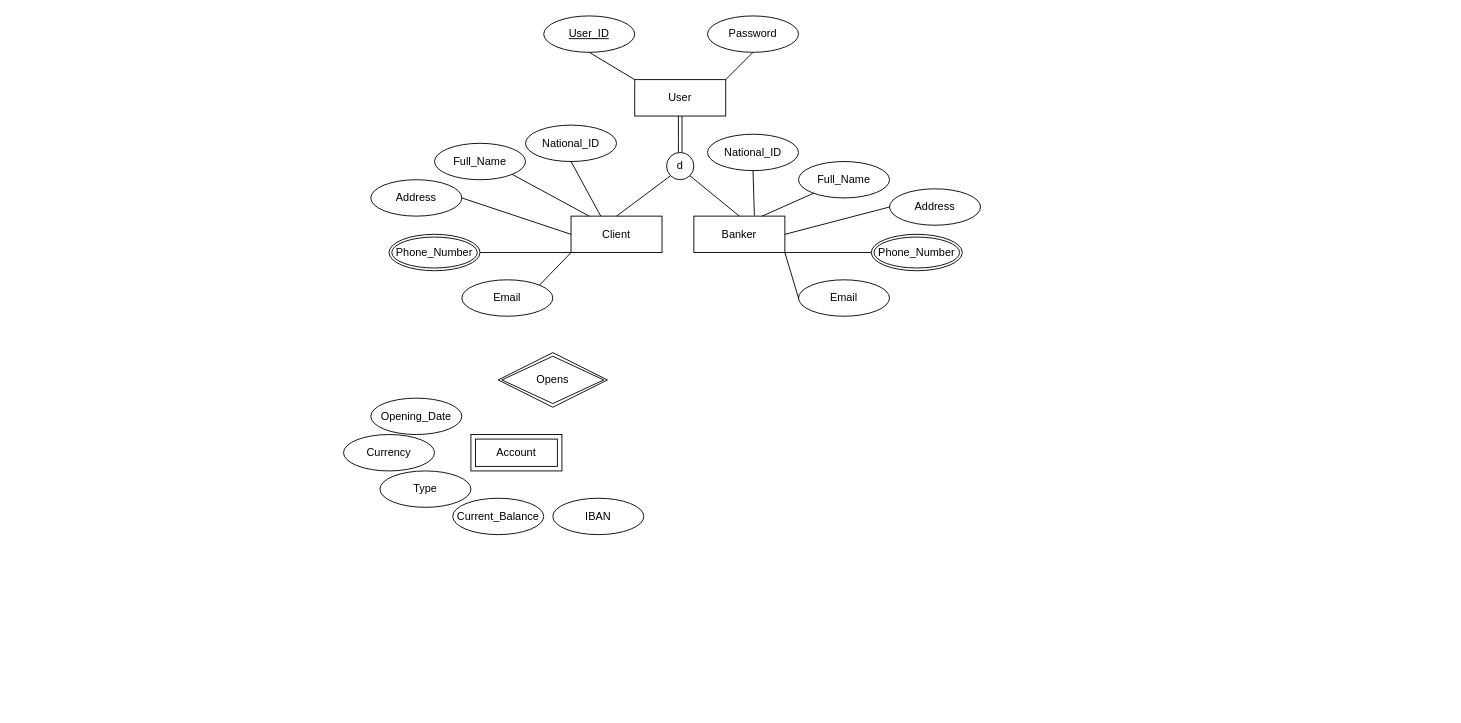
This is Untitled Diagram.drawio from software-engineering-2023/Holms, a draw.io file, before an edit. Source tidied: cells renumbered, new cells numbered last; positions are measured from the earlier drawing's top-left corner, leaving out a move shared by most shapes. Both pictures are drawn from the tidied source at 91%, with x=0, y=0 at pixel (343, 15).
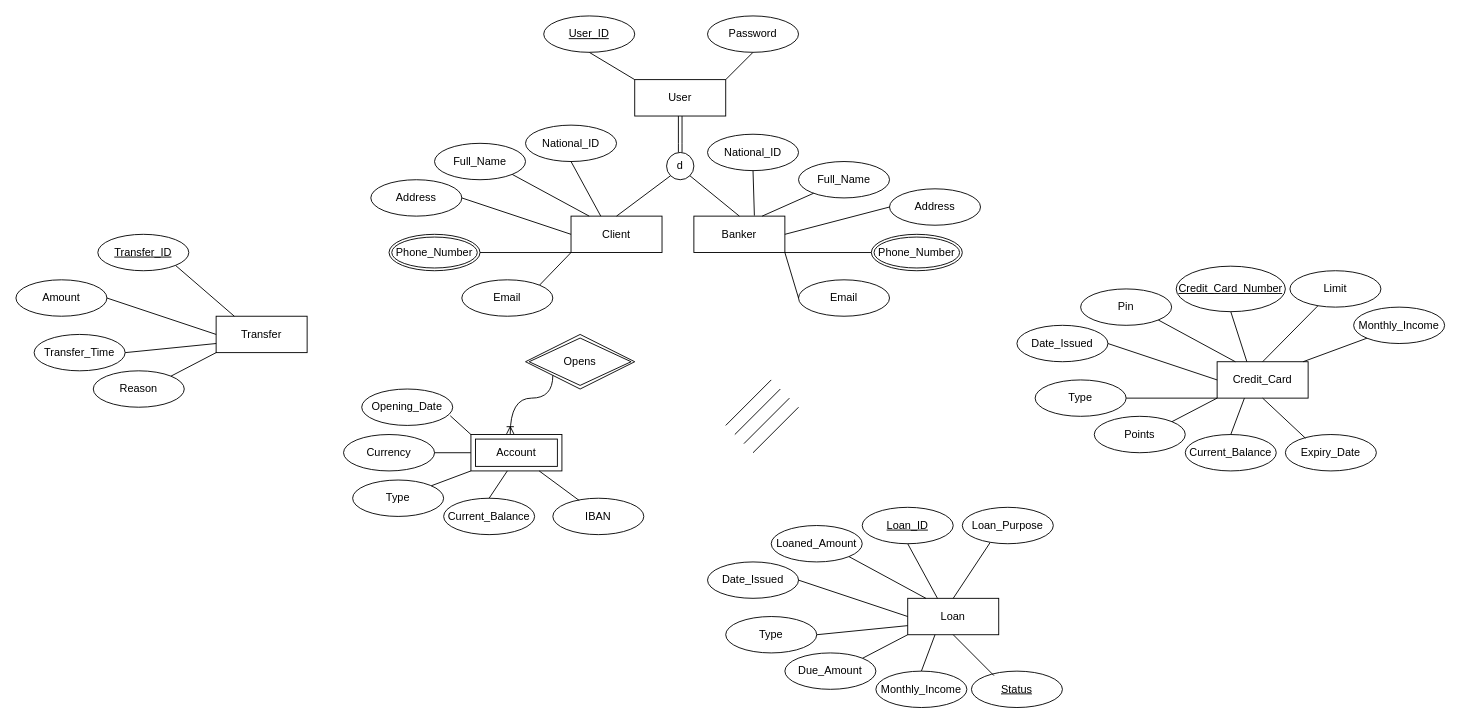
The same diagram, later.

Commit message:
kamelo ento ba2a

Unchanged cells that the change refers to:
```xml
<mxCell id="19" value="Account" style="shape=ext;margin=3;double=1;whiteSpace=wrap;html=1;align=center;" parent="1" vertex="1">
  <mxGeometry x="140" y="460" width="100" height="40" as="geometry" />
</mxCell>
<mxCell id="23" value="Currency" style="ellipse;whiteSpace=wrap;html=1;align=center;" parent="1" vertex="1">
  <mxGeometry y="460" width="100" height="40" as="geometry" />
</mxCell>
<mxCell id="24" value="IBAN" style="ellipse;whiteSpace=wrap;html=1;align=center;" parent="1" vertex="1">
  <mxGeometry x="230" y="530" width="100" height="40" as="geometry" />
</mxCell>
```

Change to the diagram source:
```diff
@@
     <mxCell id="5" value="Opens" style="shape=rhombus;double=1;perimeter=rhombusPerimeter;whiteSpace=wrap;html=1;align=center;" parent="1" vertex="1">
-      <mxGeometry x="170" y="370" width="120" height="60" as="geometry" />
+      <mxGeometry x="200" y="350" width="120" height="60" as="geometry" />
     </mxCell>
@@
     <mxCell id="20" value="Current_Balance" style="ellipse;whiteSpace=wrap;html=1;align=center;" parent="1" vertex="1">
-      <mxGeometry x="120" y="530" width="100" height="40" as="geometry" />
+      <mxGeometry x="110" y="530" width="100" height="40" as="geometry" />
     </mxCell>
     <mxCell id="21" value="Type" style="ellipse;whiteSpace=wrap;html=1;align=center;" parent="1" vertex="1">
-      <mxGeometry x="40" y="500" width="100" height="40" as="geometry" />
+      <mxGeometry x="10" y="510" width="100" height="40" as="geometry" />
     </mxCell>
     <mxCell id="22" value="Opening_Date" style="ellipse;whiteSpace=wrap;html=1;align=center;" parent="1" vertex="1">
-      <mxGeometry x="30" y="420" width="100" height="40" as="geometry" />
+      <mxGeometry x="20" y="410" width="100" height="40" as="geometry" />
     </mxCell>
@@
+    <mxCell id="40" value="&lt;u&gt;Status&lt;/u&gt;" style="ellipse;whiteSpace=wrap;html=1;align=center;" parent="1" vertex="1">
+      <mxGeometry x="690" y="720" width="100" height="40" as="geometry" />
+    </mxCell>
+    <mxCell id="41" value="&lt;u&gt;Loan_ID&lt;/u&gt;" style="ellipse;whiteSpace=wrap;html=1;align=center;" parent="1" vertex="1">
+      <mxGeometry x="570" y="540" width="100" height="40" as="geometry" />
+    </mxCell>
+    <mxCell id="42" value="Date_Issued" style="ellipse;whiteSpace=wrap;html=1;align=center;" parent="1" vertex="1">
+      <mxGeometry x="400" y="600" width="100" height="40" as="geometry" />
+    </mxCell>
+    <mxCell id="43" value="Loan" style="whiteSpace=wrap;html=1;align=center;" parent="1" vertex="1">
+      <mxGeometry x="620" y="640" width="100" height="40" as="geometry" />
+    </mxCell>
+    <mxCell id="44" value="Loaned_Amount" style="ellipse;whiteSpace=wrap;html=1;align=center;" parent="1" vertex="1">
+      <mxGeometry x="470" y="560" width="100" height="40" as="geometry" />
+    </mxCell>
+    <mxCell id="45" value="Due_Amount" style="ellipse;whiteSpace=wrap;html=1;align=center;" parent="1" vertex="1">
+      <mxGeometry x="485" y="700" width="100" height="40" as="geometry" />
+    </mxCell>
+    <mxCell id="46" style="endArrow=none;html=1;rounded=0;entryX=0.5;entryY=1;entryDx=0;entryDy=0;exitX=0.327;exitY=0.001;exitDx=0;exitDy=0;exitPerimeter=0;" parent="1" edge="1" source="43" target="41">
+      <mxGeometry relative="1" as="geometry" />
+    </mxCell>
+    <mxCell id="47" style="endArrow=none;html=1;rounded=0;entryX=1;entryY=0.5;entryDx=0;entryDy=0;" parent="1" edge="1" target="42">
+      <mxGeometry relative="1" as="geometry">
+        <mxPoint x="620" y="660" as="sourcePoint" />
+      </mxGeometry>
+    </mxCell>
+    <mxCell id="48" style="endArrow=none;html=1;rounded=0;exitX=1;exitY=0;exitDx=0;exitDy=0;" parent="1" edge="1" source="45">
+      <mxGeometry relative="1" as="geometry">
+        <mxPoint x="620" y="680" as="targetPoint" />
+      </mxGeometry>
+    </mxCell>
+    <mxCell id="49" style="endArrow=none;html=1;rounded=0;exitX=1;exitY=0.5;exitDx=0;exitDy=0;entryX=0;entryY=0.75;entryDx=0;entryDy=0;" parent="1" edge="1" target="43">
+      <mxGeometry relative="1" as="geometry">
+        <mxPoint x="520" y="680" as="sourcePoint" />
+      </mxGeometry>
+    </mxCell>
+    <mxCell id="50" style="endArrow=none;html=1;rounded=0;entryX=1;entryY=1;entryDx=0;entryDy=0;" parent="1" edge="1" target="44">
+      <mxGeometry relative="1" as="geometry">
+        <mxPoint x="640" y="640" as="sourcePoint" />
+      </mxGeometry>
+    </mxCell>
+    <mxCell id="51" value="Type" style="ellipse;whiteSpace=wrap;html=1;align=center;" parent="1" vertex="1">
+      <mxGeometry x="420" y="660" width="100" height="40" as="geometry" />
+    </mxCell>
+    <mxCell id="52" value="Monthly_Income" style="ellipse;whiteSpace=wrap;html=1;align=center;" parent="1" vertex="1">
+      <mxGeometry x="585" y="720" width="100" height="40" as="geometry" />
+    </mxCell>
+    <mxCell id="53" value="Loan_Purpose" style="ellipse;whiteSpace=wrap;html=1;align=center;" parent="1" vertex="1">
+      <mxGeometry x="680" y="540" width="100" height="40" as="geometry" />
+    </mxCell>
+    <mxCell id="54" style="endArrow=none;html=1;rounded=0;entryX=0.973;entryY=0.735;entryDx=0;entryDy=0;entryPerimeter=0;" parent="1" edge="1" target="22">
+      <mxGeometry relative="1" as="geometry">
+        <mxPoint x="140" y="460" as="sourcePoint" />
+      </mxGeometry>
+    </mxCell>
+    <mxCell id="55" style="endArrow=none;html=1;rounded=0;entryX=1;entryY=0.5;entryDx=0;entryDy=0;" parent="1" edge="1" target="23">
+      <mxGeometry relative="1" as="geometry">
+        <mxPoint x="140" y="480" as="sourcePoint" />
+      </mxGeometry>
+    </mxCell>
+    <mxCell id="56" style="endArrow=none;html=1;rounded=0;" parent="1" edge="1" source="21">
+      <mxGeometry relative="1" as="geometry">
+        <mxPoint x="140" y="500" as="targetPoint" />
+      </mxGeometry>
+    </mxCell>
+    <mxCell id="57" style="endArrow=none;html=1;rounded=0;exitX=0.5;exitY=0;exitDx=0;exitDy=0;" parent="1" edge="1" source="20">
+      <mxGeometry relative="1" as="geometry">
+        <mxPoint x="180" y="500" as="targetPoint" />
+      </mxGeometry>
+    </mxCell>
+    <mxCell id="58" style="endArrow=none;html=1;rounded=0;exitX=0.75;exitY=1;exitDx=0;exitDy=0;entryX=0.29;entryY=0.062;entryDx=0;entryDy=0;entryPerimeter=0;" parent="1" edge="1" source="19" target="24">
+      <mxGeometry relative="1" as="geometry" />
+    </mxCell>
+    <mxCell id="59" style="endArrow=none;html=1;rounded=0;" parent="1" edge="1">
+      <mxGeometry relative="1" as="geometry">
+        <mxPoint x="420" y="450" as="sourcePoint" />
+        <mxPoint x="470" y="400" as="targetPoint" />
+      </mxGeometry>
+    </mxCell>
+    <mxCell id="60" style="endArrow=none;html=1;rounded=0;" parent="1" edge="1">
+      <mxGeometry relative="1" as="geometry">
+        <mxPoint x="430" y="460" as="sourcePoint" />
+        <mxPoint x="480" y="410" as="targetPoint" />
+      </mxGeometry>
+    </mxCell>
+    <mxCell id="61" style="endArrow=none;html=1;rounded=0;" parent="1" edge="1">
+      <mxGeometry relative="1" as="geometry">
+        <mxPoint x="440" y="470" as="sourcePoint" />
+        <mxPoint x="490" y="420" as="targetPoint" />
+      </mxGeometry>
+    </mxCell>
+    <mxCell id="62" style="endArrow=none;html=1;rounded=0;" parent="1" edge="1">
+      <mxGeometry relative="1" as="geometry">
+        <mxPoint x="450" y="480" as="sourcePoint" />
+        <mxPoint x="500" y="430" as="targetPoint" />
+      </mxGeometry>
+    </mxCell>
+    <mxCell id="63" style="endArrow=none;html=1;rounded=0;entryX=0.247;entryY=0.122;entryDx=0;entryDy=0;entryPerimeter=0;" parent="1" edge="1" target="40">
+      <mxGeometry relative="1" as="geometry">
+        <mxPoint x="670" y="680" as="sourcePoint" />
+      </mxGeometry>
+    </mxCell>
+    <mxCell id="64" style="endArrow=none;html=1;rounded=0;entryX=0.5;entryY=0;entryDx=0;entryDy=0;" parent="1" edge="1" target="52">
+      <mxGeometry relative="1" as="geometry">
+        <mxPoint x="650" y="680" as="sourcePoint" />
+      </mxGeometry>
+    </mxCell>
+    <mxCell id="65" style="endArrow=none;html=1;rounded=0;entryX=0.306;entryY=0.967;entryDx=0;entryDy=0;entryPerimeter=0;" parent="1" edge="1" target="53">
+      <mxGeometry relative="1" as="geometry">
+        <mxPoint x="670" y="640" as="sourcePoint" />
+      </mxGeometry>
+    </mxCell>
+    <mxCell id="66" value="Expiry_Date" style="ellipse;whiteSpace=wrap;html=1;align=center;" parent="1" vertex="1">
+      <mxGeometry x="1035" y="460" width="100" height="40" as="geometry" />
+    </mxCell>
+    <mxCell id="67" value="&lt;u&gt;Credit_Card_Number&lt;/u&gt;" style="ellipse;whiteSpace=wrap;html=1;align=center;" parent="1" vertex="1">
+      <mxGeometry x="915" y="275" width="120" height="50" as="geometry" />
+    </mxCell>
+    <mxCell id="68" value="Date_Issued" style="ellipse;whiteSpace=wrap;html=1;align=center;" parent="1" vertex="1">
+      <mxGeometry x="740" y="340" width="100" height="40" as="geometry" />
+    </mxCell>
+    <mxCell id="69" value="Credit_Card" style="whiteSpace=wrap;html=1;align=center;" parent="1" vertex="1">
+      <mxGeometry x="960" y="380" width="100" height="40" as="geometry" />
+    </mxCell>
+    <mxCell id="70" value="Pin" style="ellipse;whiteSpace=wrap;html=1;align=center;" parent="1" vertex="1">
+      <mxGeometry x="810" y="300" width="100" height="40" as="geometry" />
+    </mxCell>
+    <mxCell id="71" value="Points" style="ellipse;whiteSpace=wrap;html=1;align=center;" parent="1" vertex="1">
+      <mxGeometry x="825" y="440" width="100" height="40" as="geometry" />
+    </mxCell>
+    <mxCell id="72" style="endArrow=none;html=1;rounded=0;entryX=0.5;entryY=1;entryDx=0;entryDy=0;exitX=0.327;exitY=0.001;exitDx=0;exitDy=0;exitPerimeter=0;" parent="1" edge="1" source="69" target="67">
+      <mxGeometry relative="1" as="geometry" />
+    </mxCell>
+    <mxCell id="73" style="endArrow=none;html=1;rounded=0;entryX=1;entryY=0.5;entryDx=0;entryDy=0;" parent="1" edge="1" target="68">
+      <mxGeometry relative="1" as="geometry">
+        <mxPoint x="960" y="400" as="sourcePoint" />
+      </mxGeometry>
+    </mxCell>
+    <mxCell id="74" style="endArrow=none;html=1;rounded=0;exitX=1;exitY=0;exitDx=0;exitDy=0;" parent="1" edge="1" source="71">
+      <mxGeometry relative="1" as="geometry">
+        <mxPoint x="960" y="420" as="targetPoint" />
+      </mxGeometry>
+    </mxCell>
+    <mxCell id="75" style="endArrow=none;html=1;rounded=0;exitX=1;exitY=0.5;exitDx=0;exitDy=0;" parent="1" edge="1">
+      <mxGeometry relative="1" as="geometry">
+        <mxPoint x="860" y="420" as="sourcePoint" />
+        <mxPoint x="960" y="420" as="targetPoint" />
+      </mxGeometry>
+    </mxCell>
+    <mxCell id="76" style="endArrow=none;html=1;rounded=0;entryX=1;entryY=1;entryDx=0;entryDy=0;" parent="1" edge="1" target="70">
+      <mxGeometry relative="1" as="geometry">
+        <mxPoint x="980" y="380" as="sourcePoint" />
+      </mxGeometry>
+    </mxCell>
+    <mxCell id="77" value="Type" style="ellipse;whiteSpace=wrap;html=1;align=center;" parent="1" vertex="1">
+      <mxGeometry x="760" y="400" width="100" height="40" as="geometry" />
+    </mxCell>
+    <mxCell id="78" value="Current_Balance" style="ellipse;whiteSpace=wrap;html=1;align=center;" parent="1" vertex="1">
+      <mxGeometry x="925" y="460" width="100" height="40" as="geometry" />
+    </mxCell>
+    <mxCell id="79" value="Limit" style="ellipse;whiteSpace=wrap;html=1;align=center;" parent="1" vertex="1">
+      <mxGeometry x="1040" y="280" width="100" height="40" as="geometry" />
+    </mxCell>
+    <mxCell id="80" style="endArrow=none;html=1;rounded=0;entryX=0.222;entryY=0.104;entryDx=0;entryDy=0;entryPerimeter=0;" parent="1" edge="1" target="66">
+      <mxGeometry relative="1" as="geometry">
+        <mxPoint x="1010" y="420" as="sourcePoint" />
+      </mxGeometry>
+    </mxCell>
+    <mxCell id="81" style="endArrow=none;html=1;rounded=0;entryX=0.5;entryY=0;entryDx=0;entryDy=0;" parent="1" edge="1" target="78">
+      <mxGeometry relative="1" as="geometry">
+        <mxPoint x="990" y="420" as="sourcePoint" />
+      </mxGeometry>
+    </mxCell>
+    <mxCell id="82" style="endArrow=none;html=1;rounded=0;entryX=0.306;entryY=0.967;entryDx=0;entryDy=0;entryPerimeter=0;" parent="1" edge="1" target="79">
+      <mxGeometry relative="1" as="geometry">
+        <mxPoint x="1010" y="380" as="sourcePoint" />
+      </mxGeometry>
+    </mxCell>
+    <mxCell id="83" value="Monthly_Income" style="ellipse;whiteSpace=wrap;html=1;align=center;" parent="1" vertex="1">
+      <mxGeometry x="1110" y="320" width="100" height="40" as="geometry" />
+    </mxCell>
+    <mxCell id="84" style="endArrow=none;html=1;rounded=0;entryX=0;entryY=1;entryDx=0;entryDy=0;" parent="1" edge="1" target="83">
+      <mxGeometry relative="1" as="geometry">
+        <mxPoint x="1054.5" y="380" as="sourcePoint" />
+      </mxGeometry>
+    </mxCell>
+    <mxCell id="85" style="edgeStyle=orthogonalEdgeStyle;fontSize=12;html=1;endArrow=ERoneToMany;rounded=0;exitX=0;exitY=1;exitDx=0;exitDy=0;entryX=0.432;entryY=-0.016;entryDx=0;entryDy=0;entryPerimeter=0;curved=1;" parent="1" edge="1" source="5" target="19">
+      <mxGeometry relative="1" as="geometry">
+        <Array as="points">
+          <mxPoint x="230" y="420" />
+          <mxPoint x="183" y="420" />
+        </Array>
+      </mxGeometry>
+    </mxCell>
+    <mxCell id="86" value="Amount" style="ellipse;whiteSpace=wrap;html=1;align=center;" parent="1" vertex="1">
+      <mxGeometry x="-360" y="290" width="100" height="40" as="geometry" />
+    </mxCell>
+    <mxCell id="87" value="Transfer" style="whiteSpace=wrap;html=1;align=center;" parent="1" vertex="1">
+      <mxGeometry x="-140" y="330" width="100" height="40" as="geometry" />
+    </mxCell>
+    <mxCell id="88" value="&lt;u&gt;Transfer_ID&lt;/u&gt;" style="ellipse;whiteSpace=wrap;html=1;align=center;" parent="1" vertex="1">
+      <mxGeometry x="-270" y="240" width="100" height="40" as="geometry" />
+    </mxCell>
+    <mxCell id="89" value="Reason" style="ellipse;whiteSpace=wrap;html=1;align=center;" parent="1" vertex="1">
+      <mxGeometry x="-275" y="390" width="100" height="40" as="geometry" />
+    </mxCell>
+    <mxCell id="90" style="endArrow=none;html=1;rounded=0;entryX=1;entryY=0.5;entryDx=0;entryDy=0;" parent="1" edge="1" target="86">
+      <mxGeometry relative="1" as="geometry">
+        <mxPoint x="-140" y="350" as="sourcePoint" />
+      </mxGeometry>
+    </mxCell>
+    <mxCell id="91" style="endArrow=none;html=1;rounded=0;exitX=1;exitY=0;exitDx=0;exitDy=0;" parent="1" edge="1" source="89">
+      <mxGeometry relative="1" as="geometry">
+        <mxPoint x="-140" y="370" as="targetPoint" />
+      </mxGeometry>
+    </mxCell>
+    <mxCell id="92" style="endArrow=none;html=1;rounded=0;exitX=1;exitY=0.5;exitDx=0;exitDy=0;entryX=0;entryY=0.75;entryDx=0;entryDy=0;" parent="1" edge="1" target="87">
+      <mxGeometry relative="1" as="geometry">
+        <mxPoint x="-240" y="370" as="sourcePoint" />
+      </mxGeometry>
+    </mxCell>
+    <mxCell id="93" style="endArrow=none;html=1;rounded=0;entryX=1;entryY=1;entryDx=0;entryDy=0;" parent="1" edge="1" target="88">
+      <mxGeometry relative="1" as="geometry">
+        <mxPoint x="-120" y="330" as="sourcePoint" />
+      </mxGeometry>
+    </mxCell>
+    <mxCell id="94" value="Transfer_Time" style="ellipse;whiteSpace=wrap;html=1;align=center;" parent="1" vertex="1">
+      <mxGeometry x="-340" y="350" width="100" height="40" as="geometry" />
+    </mxCell>
```
